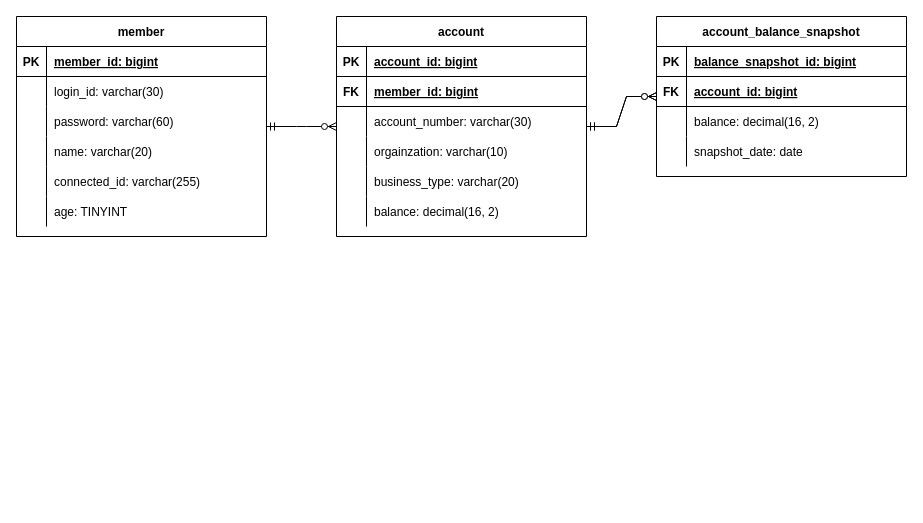
GunwooJo/AssetManagement keeps this draw.io diagram as ER다이어그램(자산관리앱).drawio. Above is the earlier version. Source tidied: cells renumbered, new cells numbered last; positions are measured from the earlier drawing's top-left corner, leaving out a move shared by most shapes. Both pictures are drawn from the tidied source at 100%, with x=0, y=0 at pixel (16, 16).
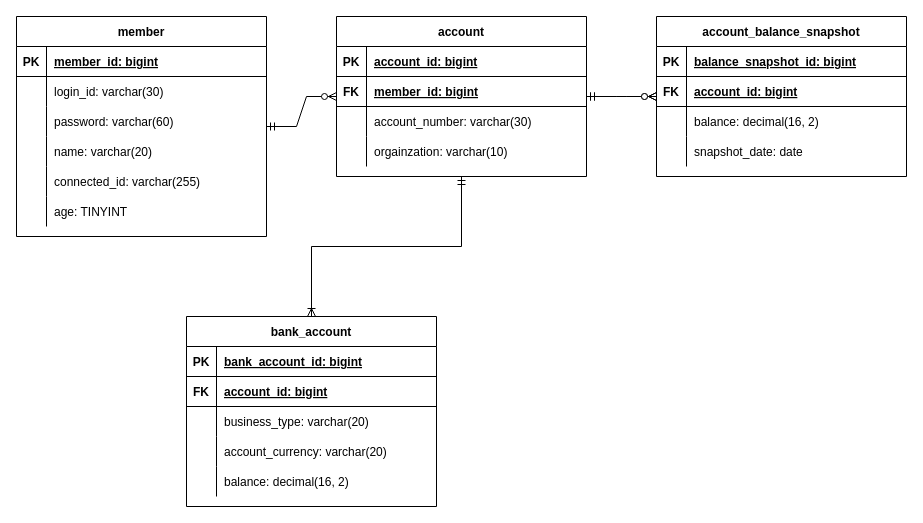
After the change.

Commit message:
bank_account 테이블 생성, account 테이블 수정

Change to the diagram source:
```diff
@@
     <mxCell id="21" value="account" style="shape=table;startSize=30;childLayout=tableLayout;rowLines=0;fontStyle=1;align=center;" parent="1" vertex="1">
-      <mxGeometry x="320" width="250" height="220" as="geometry" />
+      <mxGeometry x="320" width="250" height="160" as="geometry" />
     </mxCell>
@@
-    <mxCell id="34" style="shape=partialRectangle;fillColor=none;top=0;left=0;right=0;bottom=0;" parent="21" vertex="1">
-      <mxGeometry y="150" width="250" height="30" as="geometry" />
-    </mxCell>
-    <mxCell id="35" style="shape=partialRectangle;overflow=hidden;fillColor=none;top=0;left=0;bottom=0;right=0;" parent="34" vertex="1">
-      <mxGeometry width="30" height="30" as="geometry" />
-    </mxCell>
-    <mxCell id="36" value="business_type: varchar(20)" style="shape=partialRectangle;overflow=hidden;fillColor=none;top=0;left=0;bottom=0;right=0;align=left;spacingLeft=6;" parent="34" vertex="1">
-      <mxGeometry x="30" width="220" height="30" as="geometry" />
-    </mxCell>
-    <mxCell id="37" style="shape=partialRectangle;fillColor=none;top=0;left=0;right=0;bottom=0;" parent="21" vertex="1">
-      <mxGeometry y="180" width="250" height="30" as="geometry" />
-    </mxCell>
-    <mxCell id="38" style="shape=partialRectangle;overflow=hidden;fillColor=none;top=0;left=0;bottom=0;right=0;" parent="37" vertex="1">
-      <mxGeometry width="30" height="30" as="geometry" />
-    </mxCell>
-    <mxCell id="39" value="balance: decimal(16, 2)" style="shape=partialRectangle;overflow=hidden;fillColor=none;top=0;left=0;bottom=0;right=0;align=left;spacingLeft=6;" parent="37" vertex="1">
-      <mxGeometry x="30" width="220" height="30" as="geometry" />
-    </mxCell>
@@
+    <mxCell id="56" value="bank_account" style="shape=table;startSize=30;childLayout=tableLayout;rowLines=0;fontStyle=1;align=center;" parent="1" vertex="1">
+      <mxGeometry x="170" y="300" width="250" height="190" as="geometry" />
+    </mxCell>
+    <mxCell id="57" style="shape=partialRectangle;fillColor=none;top=0;left=0;right=0;bottom=1;" parent="56" vertex="1">
+      <mxGeometry y="30" width="250" height="30" as="geometry" />
+    </mxCell>
+    <mxCell id="58" value="PK" style="shape=partialRectangle;overflow=hidden;fillColor=none;top=0;left=0;bottom=0;right=0;fontStyle=1;" parent="57" vertex="1">
+      <mxGeometry width="30" height="30" as="geometry" />
+    </mxCell>
+    <mxCell id="59" value="bank_account_id: bigint" style="shape=partialRectangle;overflow=hidden;fillColor=none;top=0;left=0;bottom=0;right=0;align=left;spacingLeft=6;fontStyle=5;" parent="57" vertex="1">
+      <mxGeometry x="30" width="220" height="30" as="geometry" />
+    </mxCell>
+    <mxCell id="60" style="shape=partialRectangle;fillColor=none;top=0;left=0;right=0;bottom=1;" parent="56" vertex="1">
+      <mxGeometry y="60" width="250" height="30" as="geometry" />
+    </mxCell>
+    <mxCell id="61" value="FK" style="shape=partialRectangle;overflow=hidden;fillColor=none;top=0;left=0;bottom=0;right=0;fontStyle=1;" parent="60" vertex="1">
+      <mxGeometry width="30" height="30" as="geometry" />
+    </mxCell>
+    <mxCell id="62" value="account_id: bigint" style="shape=partialRectangle;overflow=hidden;fillColor=none;top=0;left=0;bottom=0;right=0;align=left;spacingLeft=6;fontStyle=5;" parent="60" vertex="1">
+      <mxGeometry x="30" width="220" height="30" as="geometry" />
+    </mxCell>
+    <mxCell id="63" style="shape=partialRectangle;fillColor=none;top=0;left=0;right=0;bottom=0;" parent="56" vertex="1">
+      <mxGeometry y="90" width="250" height="30" as="geometry" />
+    </mxCell>
+    <mxCell id="64" style="shape=partialRectangle;overflow=hidden;fillColor=none;top=0;left=0;bottom=0;right=0;" parent="63" vertex="1">
+      <mxGeometry width="30" height="30" as="geometry" />
+    </mxCell>
+    <mxCell id="36" value="business_type: varchar(20)" style="shape=partialRectangle;overflow=hidden;fillColor=none;top=0;left=0;bottom=0;right=0;align=left;spacingLeft=6;" parent="63" vertex="1">
+      <mxGeometry x="30" width="220" height="30" as="geometry" />
+    </mxCell>
+    <mxCell id="65" style="shape=partialRectangle;fillColor=none;top=0;left=0;right=0;bottom=0;" parent="56" vertex="1">
+      <mxGeometry y="120" width="250" height="30" as="geometry" />
+    </mxCell>
+    <mxCell id="66" style="shape=partialRectangle;overflow=hidden;fillColor=none;top=0;left=0;bottom=0;right=0;" parent="65" vertex="1">
+      <mxGeometry width="30" height="30" as="geometry" />
+    </mxCell>
+    <mxCell id="67" value="account_currency: varchar(20)" style="shape=partialRectangle;overflow=hidden;fillColor=none;top=0;left=0;bottom=0;right=0;align=left;spacingLeft=6;" parent="65" vertex="1">
+      <mxGeometry x="30" width="220" height="30" as="geometry" />
+    </mxCell>
+    <mxCell id="34" style="shape=partialRectangle;fillColor=none;top=0;left=0;right=0;bottom=0;" parent="56" vertex="1">
+      <mxGeometry y="150" width="250" height="30" as="geometry" />
+    </mxCell>
+    <mxCell id="68" style="shape=partialRectangle;overflow=hidden;fillColor=none;top=0;left=0;bottom=0;right=0;" parent="34" vertex="1">
+      <mxGeometry width="30" height="30" as="geometry" />
+    </mxCell>
+    <mxCell id="39" value="balance: decimal(16, 2)" style="shape=partialRectangle;overflow=hidden;fillColor=none;top=0;left=0;bottom=0;right=0;align=left;spacingLeft=6;" parent="34" vertex="1">
+      <mxGeometry x="30" width="220" height="30" as="geometry" />
+    </mxCell>
+    <mxCell id="69" style="edgeStyle=orthogonalEdgeStyle;fontSize=12;html=1;endArrow=ERoneToMany;startArrow=ERmandOne;rounded=0;" parent="1" edge="1" source="21" target="56">
+      <mxGeometry relative="1" as="geometry" />
+    </mxCell>
```
